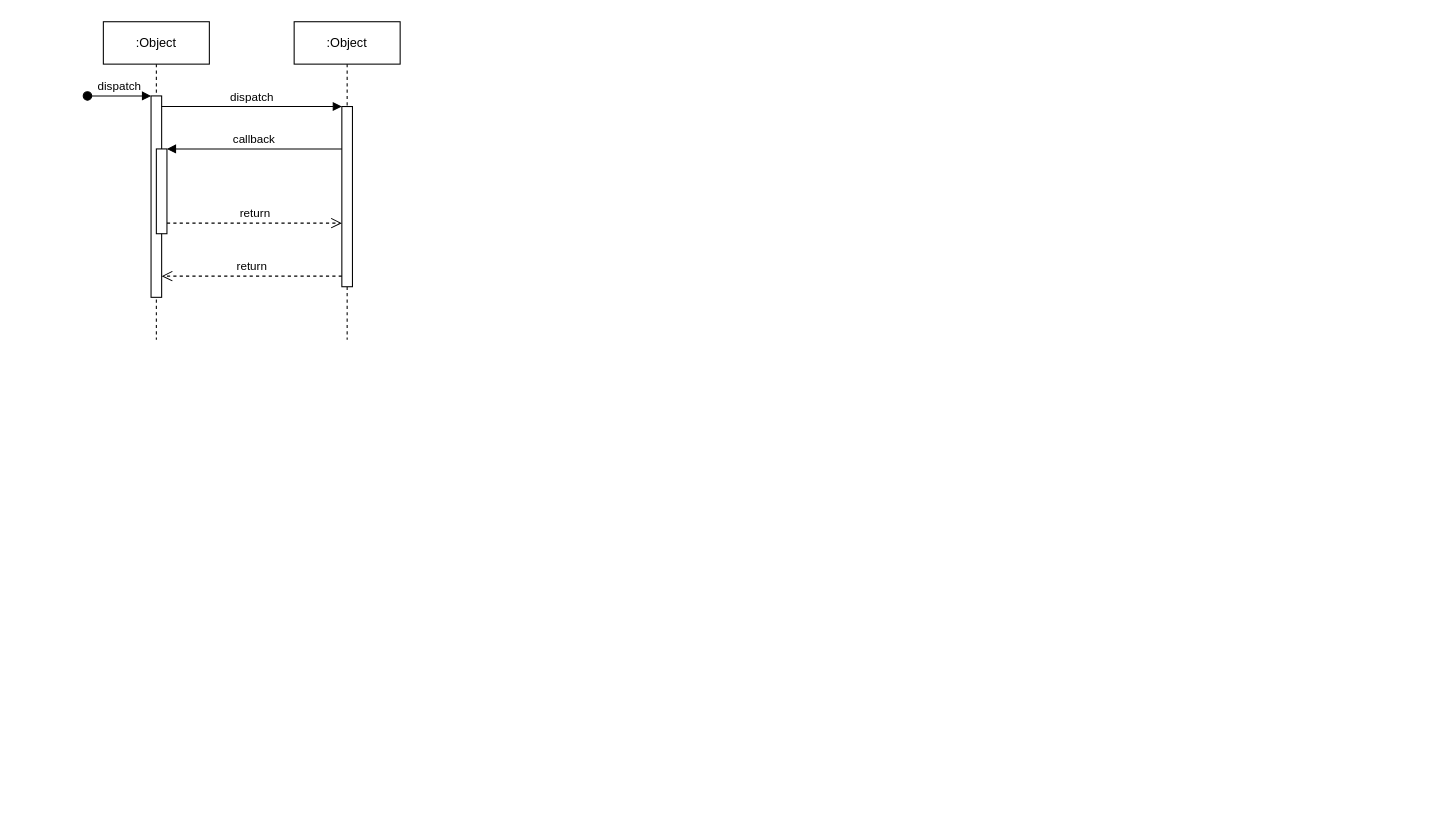
Before: WebRTC-Diagrams/iPad-Tomas-WebRTC-0002.drawio in shixinzhu/Diagrams, a draw.io diagram. Source tidied: cells renumbered, new cells numbered last; positions are measured from the earlier drawing's top-left corner, leaving out a move shared by most shapes. Both pictures are drawn from the tidied source at 106%, with x=0, y=0 at pixel (87, 21).
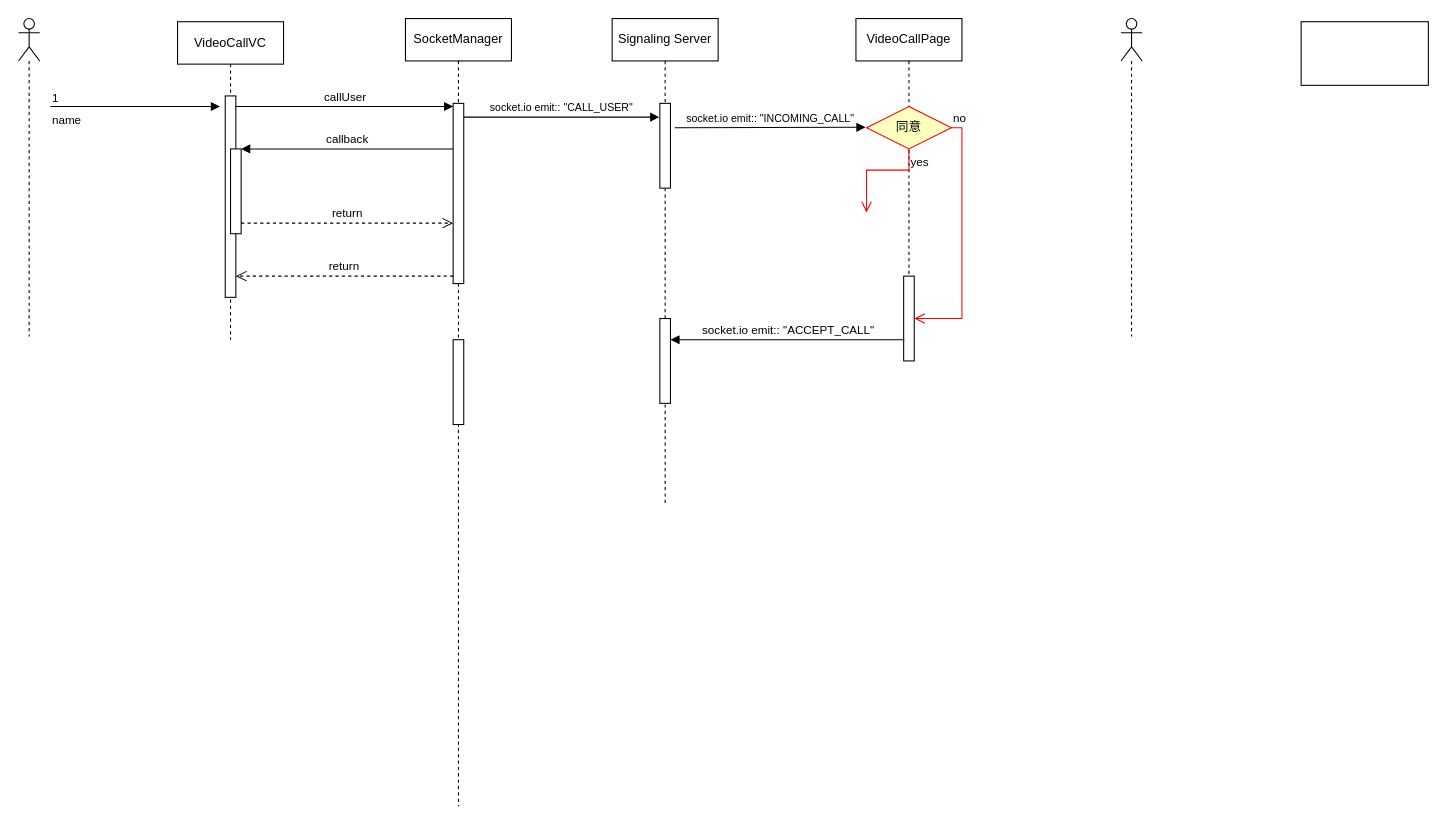
The same diagram, later.

Commit message (it also covers changes not shown here):
iPad-Tomas-WebRTC-0002.drawio を更新します

Unchanged cells that the change refers to:
```xml
<mxCell id="3" style="html=1;points=[];perimeter=orthogonalPerimeter;outlineConnect=0;targetShapes=umlLifeline;portConstraint=eastwest;newEdgeStyle={&quot;edgeStyle&quot;:&quot;elbowEdgeStyle&quot;,&quot;elbow&quot;:&quot;vertical&quot;,&quot;curved&quot;:0,&quot;rounded&quot;:0};" parent="2" vertex="1">
  <mxGeometry x="45" y="70" width="10" height="190" as="geometry" />
</mxCell>
<mxCell id="7" style="html=1;points=[];perimeter=orthogonalPerimeter;outlineConnect=0;targetShapes=umlLifeline;portConstraint=eastwest;newEdgeStyle={&quot;edgeStyle&quot;:&quot;elbowEdgeStyle&quot;,&quot;elbow&quot;:&quot;vertical&quot;,&quot;curved&quot;:0,&quot;rounded&quot;:0};" parent="6" vertex="1">
  <mxGeometry x="45" y="80" width="10" height="170" as="geometry" />
</mxCell>
```

What changed in the source:
```diff
@@
-    <mxCell id="2" value=":Object" style="shape=umlLifeline;perimeter=lifelinePerimeter;whiteSpace=wrap;html=1;newEdgeStyle={&quot;edgeStyle&quot;:&quot;elbowEdgeStyle&quot;,&quot;elbow&quot;:&quot;vertical&quot;,&quot;curved&quot;:0,&quot;rounded&quot;:0};" parent="1" vertex="1">
-      <mxGeometry x="15" width="100" height="300" as="geometry" />
+    <mxCell id="2" value="VideoCallVC" style="shape=umlLifeline;perimeter=lifelinePerimeter;whiteSpace=wrap;html=1;newEdgeStyle={&quot;edgeStyle&quot;:&quot;elbowEdgeStyle&quot;,&quot;elbow&quot;:&quot;vertical&quot;,&quot;curved&quot;:0,&quot;rounded&quot;:0};" parent="1" vertex="1">
+      <mxGeometry x="85" width="100" height="300" as="geometry" />
     </mxCell>
@@
-    <mxCell id="4" value="dispatch" style="html=1;verticalAlign=bottom;startArrow=oval;endArrow=block;startSize=8;edgeStyle=elbowEdgeStyle;elbow=vertical;curved=0;rounded=0;" parent="2" edge="1" target="3">
-      <mxGeometry relative="1" as="geometry">
-        <mxPoint x="-15" y="70" as="sourcePoint" />
-      </mxGeometry>
-    </mxCell>
@@
-    <mxCell id="6" value=":Object" style="shape=umlLifeline;perimeter=lifelinePerimeter;whiteSpace=wrap;html=1;newEdgeStyle={&quot;edgeStyle&quot;:&quot;elbowEdgeStyle&quot;,&quot;elbow&quot;:&quot;vertical&quot;,&quot;curved&quot;:0,&quot;rounded&quot;:0};" parent="1" vertex="1">
-      <mxGeometry x="195" width="100" height="300" as="geometry" />
+    <mxCell id="6" value="&lt;font style=&quot;color: rgb(0, 0, 0);&quot;&gt;SocketManager&lt;/font&gt;" style="shape=umlLifeline;perimeter=lifelinePerimeter;whiteSpace=wrap;html=1;newEdgeStyle={&quot;edgeStyle&quot;:&quot;elbowEdgeStyle&quot;,&quot;elbow&quot;:&quot;vertical&quot;,&quot;curved&quot;:0,&quot;rounded&quot;:0};" parent="1" vertex="1">
+      <mxGeometry x="300" y="-3" width="100" height="743" as="geometry" />
     </mxCell>
@@
+    <mxCell id="12" style="html=1;perimeter=orthogonalPerimeter;targetShapes=umlLifeline;newEdgeStyle={&quot;curved&quot;:0,&quot;rounded&quot;:0};" parent="6" vertex="1">
+      <mxGeometry x="45" y="303" width="10" height="80" as="geometry" />
+    </mxCell>
-    <mxCell id="8" value="dispatch" style="html=1;verticalAlign=bottom;endArrow=block;edgeStyle=elbowEdgeStyle;elbow=vertical;curved=0;rounded=0;" parent="1" edge="1" source="3" target="7">
+    <mxCell id="8" value="callUser" style="html=1;verticalAlign=bottom;endArrow=block;edgeStyle=elbowEdgeStyle;elbow=vertical;curved=0;rounded=0;" parent="1" edge="1" source="3" target="7">
       <mxGeometry relative="1" as="geometry">
         <Array as="points">
           <mxPoint x="155" y="80" />
         </Array>
       </mxGeometry>
     </mxCell>
@@
+    <mxCell id="13" style="rounded=0;whiteSpace=wrap;html=1;" parent="1" vertex="1">
+      <mxGeometry x="1145" width="120" height="60" as="geometry" />
+    </mxCell>
+    <mxCell id="14" value="Signaling Server" style="shape=umlLifeline;perimeter=lifelinePerimeter;whiteSpace=wrap;html=1;newEdgeStyle={&quot;curved&quot;:0,&quot;rounded&quot;:0};" parent="1" vertex="1">
+      <mxGeometry x="495" y="-3" width="100" height="460" as="geometry" />
+    </mxCell>
+    <mxCell id="15" style="html=1;perimeter=orthogonalPerimeter;targetShapes=umlLifeline;newEdgeStyle={&quot;curved&quot;:0,&quot;rounded&quot;:0};" parent="14" vertex="1">
+      <mxGeometry x="45" y="80" width="10" height="80" as="geometry" />
+    </mxCell>
+    <mxCell id="16" style="html=1;perimeter=orthogonalPerimeter;targetShapes=umlLifeline;newEdgeStyle={&quot;curved&quot;:0,&quot;rounded&quot;:0};" parent="14" vertex="1">
+      <mxGeometry x="45" y="283" width="10" height="80" as="geometry" />
+    </mxCell>
+    <mxCell id="17" value="&lt;font style=&quot;font-size: 10px;&quot;&gt;socket.io emit:: &quot;CALL_USER&quot;&lt;/font&gt;" style="html=1;verticalAlign=bottom;endArrow=block;curved=0;rounded=0;" parent="1" edge="1">
+      <mxGeometry relative="1" as="geometry">
+        <mxPoint x="355" y="90" as="sourcePoint" />
+        <mxPoint x="539.5" y="90" as="targetPoint" />
+      </mxGeometry>
+    </mxCell>
+    <mxCell id="18" value="name" style="endArrow=block;endFill=1;html=1;edgeStyle=orthogonalEdgeStyle;align=left;verticalAlign=top;rounded=0;" parent="1" edge="1">
+      <mxGeometry x="-1" relative="1" as="geometry">
+        <mxPoint x="-35" y="80" as="sourcePoint" />
+        <mxPoint x="125" y="80" as="targetPoint" />
+      </mxGeometry>
+    </mxCell>
+    <mxCell id="19" value="1" style="edgeLabel;html=1;align=left;verticalAlign=bottom;" parent="18" vertex="1">
+      <mxGeometry x="-1" relative="1" as="geometry" />
+    </mxCell>
+    <mxCell id="20" style="shape=umlLifeline;perimeter=lifelinePerimeter;whiteSpace=wrap;html=1;newEdgeStyle={&quot;curved&quot;:0,&quot;rounded&quot;:0};participant=umlActor;" parent="1" vertex="1">
+      <mxGeometry x="-65" y="-3" width="20" height="300" as="geometry" />
+    </mxCell>
+    <mxCell id="21" value="&lt;font style=&quot;font-size: 10px;&quot;&gt;socket.io emit:: &quot;&lt;font&gt;&lt;span style=&quot;font-family: &amp;quot;Aptos Narrow&amp;quot;;&quot;&gt;&lt;font style=&quot;&quot;&gt;INCOMING_CALL&lt;/font&gt;&lt;/span&gt;&lt;/font&gt;&quot;&lt;/font&gt;" style="html=1;verticalAlign=bottom;endArrow=block;curved=0;rounded=0;" parent="1" edge="1">
+      <mxGeometry relative="1" as="geometry">
+        <mxPoint x="554" y="100" as="sourcePoint" />
+        <mxPoint x="734" y="99.6" as="targetPoint" />
+      </mxGeometry>
+    </mxCell>
+    <mxCell id="22" value="VideoCallPage" style="shape=umlLifeline;perimeter=lifelinePerimeter;whiteSpace=wrap;html=1;newEdgeStyle={&quot;curved&quot;:0,&quot;rounded&quot;:0};" parent="1" vertex="1">
+      <mxGeometry x="725" y="-3" width="100" height="300" as="geometry" />
+    </mxCell>
+    <mxCell id="23" style="html=1;points=[[0,0,0,0,5],[0,1,0,0,-5],[1,0,0,0,5],[1,1,0,0,-5]];perimeter=orthogonalPerimeter;outlineConnect=0;targetShapes=umlLifeline;portConstraint=eastwest;newEdgeStyle={&quot;curved&quot;:0,&quot;rounded&quot;:0};" parent="22" vertex="1">
+      <mxGeometry x="45" y="243" width="10" height="80" as="geometry" />
+    </mxCell>
+    <mxCell id="24" style="shape=umlLifeline;perimeter=lifelinePerimeter;whiteSpace=wrap;html=1;newEdgeStyle={&quot;curved&quot;:0,&quot;rounded&quot;:0};participant=umlActor;" parent="1" vertex="1">
+      <mxGeometry x="975" y="-3" width="20" height="300" as="geometry" />
+    </mxCell>
+    <mxCell id="25" value="同意" style="rhombus;whiteSpace=wrap;html=1;fontColor=#000000;fillColor=#ffffc0;strokeColor=#ff0000;" parent="1" vertex="1">
+      <mxGeometry x="735" y="80" width="80" height="40" as="geometry" />
+    </mxCell>
+    <mxCell id="26" value="no" style="edgeStyle=orthogonalEdgeStyle;html=1;align=left;verticalAlign=bottom;endArrow=open;endSize=8;strokeColor=#ff0000;rounded=0;" parent="1" edge="1" source="25" target="23">
+      <mxGeometry x="-1" relative="1" as="geometry">
+        <Array as="points">
+          <mxPoint x="825" y="100" />
+          <mxPoint x="825" y="280" />
+          <mxPoint x="775" y="280" />
+        </Array>
+      </mxGeometry>
+    </mxCell>
+    <mxCell id="27" value="yes" style="edgeStyle=orthogonalEdgeStyle;html=1;align=left;verticalAlign=top;endArrow=open;endSize=8;strokeColor=#ff0000;rounded=0;" parent="1" edge="1" source="25">
+      <mxGeometry x="-1" relative="1" as="geometry">
+        <mxPoint x="735" y="180" as="targetPoint" />
+        <Array as="points">
+          <mxPoint x="775" y="140" />
+          <mxPoint x="735" y="140" />
+        </Array>
+      </mxGeometry>
+    </mxCell>
+    <mxCell id="28" value="socket.io emit:: &quot;ACCEPT_CALL&quot;" style="html=1;verticalAlign=bottom;endArrow=block;curved=0;rounded=0;" parent="1" edge="1">
+      <mxGeometry relative="1" as="geometry">
+        <mxPoint x="770.6" y="300" as="sourcePoint" />
+        <mxPoint x="550" y="300" as="targetPoint" />
+      </mxGeometry>
+    </mxCell>
```
